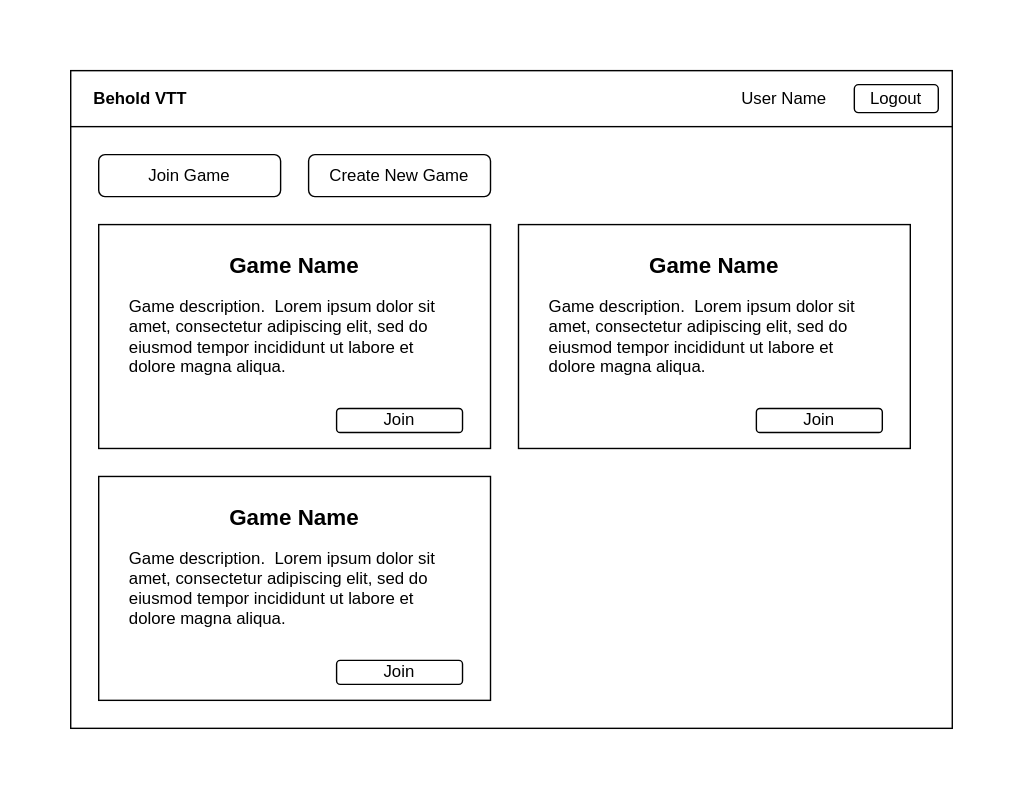
Above: doc/images/wireframes/games.drawio.svg in freeborough/behold (draw.io), before the change. Source tidied: cells renumbered, new cells last; positions are measured from the earlier drawing's top-left corner, leaving out a move shared by most shapes. Source of this version:
```xml
<mxGraphModel>
  <root>
    <mxCell id="0" />
    <mxCell id="1" parent="0" />
    <mxCell id="2" style="rounded=0;whiteSpace=wrap;html=1;" parent="1" vertex="1">
      <mxGeometry width="630" height="470" as="geometry" />
    </mxCell>
    <mxCell id="3" style="rounded=0;whiteSpace=wrap;html=1;" parent="1" vertex="1">
      <mxGeometry width="630" height="40" as="geometry" />
    </mxCell>
    <mxCell id="4" value="Logout" style="rounded=1;whiteSpace=wrap;html=1;" parent="1" vertex="1">
      <mxGeometry x="560" y="10" width="60" height="20" as="geometry" />
    </mxCell>
    <mxCell id="5" value="Behold VTT" style="text;html=1;align=center;verticalAlign=middle;whiteSpace=wrap;rounded=0;fontStyle=1;" parent="1" vertex="1">
      <mxGeometry x="10" y="5" width="80" height="30" as="geometry" />
    </mxCell>
    <mxCell id="6" value="User Name" style="text;html=1;align=center;verticalAlign=middle;whiteSpace=wrap;rounded=0;" parent="1" vertex="1">
      <mxGeometry x="470" y="5" width="80" height="30" as="geometry" />
    </mxCell>
    <mxCell id="7" value="Join Game" style="rounded=1;whiteSpace=wrap;html=1;" parent="1" vertex="1">
      <mxGeometry x="20" y="60" width="130" height="30" as="geometry" />
    </mxCell>
    <mxCell id="8" style="group;" parent="1" vertex="1">
      <mxGeometry x="20" y="110" width="280" height="160" as="geometry" />
    </mxCell>
    <mxCell id="9" style="rounded=0;whiteSpace=wrap;html=1;" parent="8" vertex="1">
      <mxGeometry width="280" height="160" as="geometry" />
    </mxCell>
    <mxCell id="10" value="Game Name" style="text;html=1;align=center;verticalAlign=middle;whiteSpace=wrap;rounded=0;fontStyle=1;fontSize=16;" parent="8" vertex="1">
      <mxGeometry x="20" y="20" width="240" height="17.1" as="geometry" />
    </mxCell>
    <mxCell id="11" value="Game description.&amp;nbsp; Lorem ipsum dolor sit amet, consectetur adipiscing elit, sed do eiusmod tempor incididunt ut labore et dolore magna aliqua." style="text;html=1;align=left;verticalAlign=middle;whiteSpace=wrap;rounded=0;fontStyle=0;" parent="8" vertex="1">
      <mxGeometry x="20" y="62.9" width="240" height="34.3" as="geometry" />
    </mxCell>
    <mxCell id="12" value="Join" style="rounded=1;whiteSpace=wrap;html=1;" parent="8" vertex="1">
      <mxGeometry x="170" y="131.4" width="90" height="17.1" as="geometry" />
    </mxCell>
    <mxCell id="13" style="group;" parent="1" vertex="1">
      <mxGeometry x="320" y="110" width="280" height="160" as="geometry" />
    </mxCell>
    <mxCell id="14" style="rounded=0;whiteSpace=wrap;html=1;" parent="13" vertex="1">
      <mxGeometry width="280" height="160" as="geometry" />
    </mxCell>
    <mxCell id="15" value="Game Name" style="text;html=1;align=center;verticalAlign=middle;whiteSpace=wrap;rounded=0;fontStyle=1;fontSize=16;" parent="13" vertex="1">
      <mxGeometry x="20" y="20" width="240" height="17.1" as="geometry" />
    </mxCell>
    <mxCell id="16" value="Game description.&amp;nbsp; Lorem ipsum dolor sit amet, consectetur adipiscing elit, sed do eiusmod tempor incididunt ut labore et dolore magna aliqua." style="text;html=1;align=left;verticalAlign=middle;whiteSpace=wrap;rounded=0;fontStyle=0;" parent="13" vertex="1">
      <mxGeometry x="20" y="62.9" width="240" height="34.3" as="geometry" />
    </mxCell>
    <mxCell id="17" value="Join" style="rounded=1;whiteSpace=wrap;html=1;" parent="13" vertex="1">
      <mxGeometry x="170" y="131.4" width="90" height="17.1" as="geometry" />
    </mxCell>
    <mxCell id="18" value="Create New Game" style="rounded=1;whiteSpace=wrap;html=1;" parent="1" vertex="1">
      <mxGeometry x="170" y="60" width="130" height="30" as="geometry" />
    </mxCell>
    <mxCell id="19" style="group;" parent="1" vertex="1">
      <mxGeometry x="20" y="290" width="280" height="160" as="geometry" />
    </mxCell>
    <mxCell id="20" style="rounded=0;whiteSpace=wrap;html=1;" parent="19" vertex="1">
      <mxGeometry width="280" height="160" as="geometry" />
    </mxCell>
    <mxCell id="21" value="Game Name" style="text;html=1;align=center;verticalAlign=middle;whiteSpace=wrap;rounded=0;fontStyle=1;fontSize=16;" parent="19" vertex="1">
      <mxGeometry x="20" y="20" width="240" height="17.1" as="geometry" />
    </mxCell>
    <mxCell id="22" value="Game description.&amp;nbsp; Lorem ipsum dolor sit amet, consectetur adipiscing elit, sed do eiusmod tempor incididunt ut labore et dolore magna aliqua." style="text;html=1;align=left;verticalAlign=middle;whiteSpace=wrap;rounded=0;fontStyle=0;" parent="19" vertex="1">
      <mxGeometry x="20" y="62.9" width="240" height="34.3" as="geometry" />
    </mxCell>
    <mxCell id="23" value="Join" style="rounded=1;whiteSpace=wrap;html=1;" parent="19" vertex="1">
      <mxGeometry x="170" y="131.4" width="90" height="17.1" as="geometry" />
    </mxCell>
  </root>
</mxGraphModel>
```
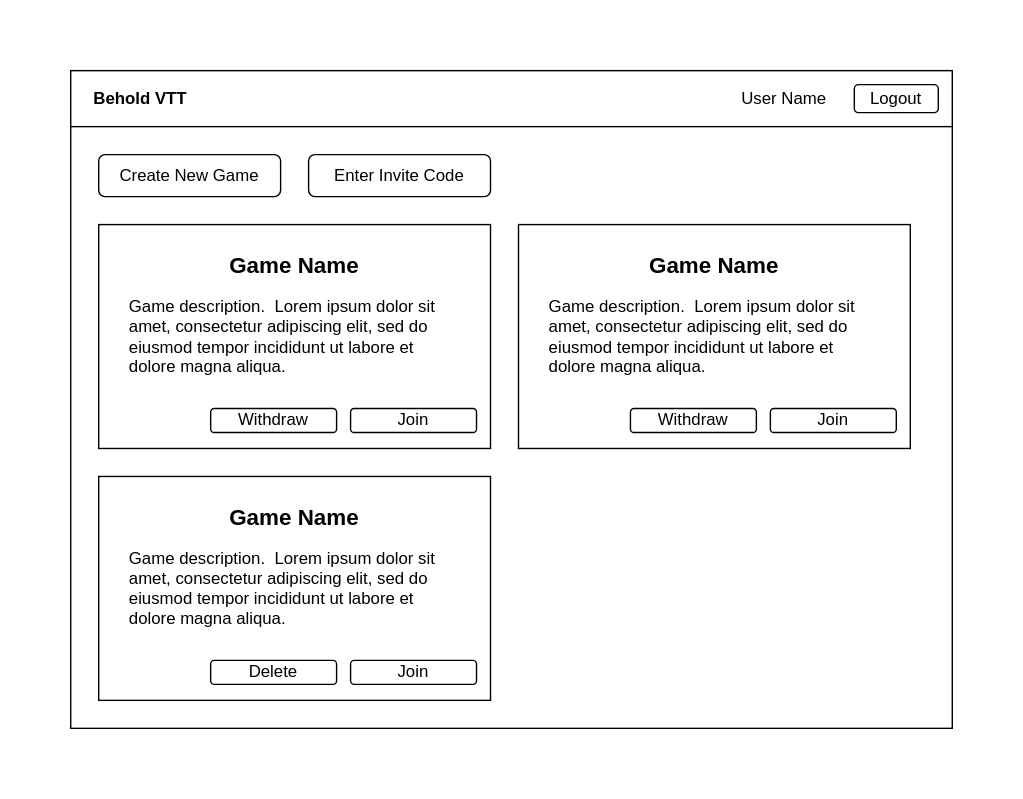
Later version of the same file.

Commit message:
Updated games wireframe to support invite codes.

- Added Enter Invite Code button.
- Added Withdraw / Delete button to games (based on whether you are the creator of the game or not).

What changed in the source:
```diff
@@ -17,8 +17,8 @@
     <mxCell id="6" value="User Name" style="text;html=1;align=center;verticalAlign=middle;whiteSpace=wrap;rounded=0;" parent="1" vertex="1">
       <mxGeometry x="470" y="5" width="80" height="30" as="geometry" />
     </mxCell>
-    <mxCell id="7" value="Join Game" style="rounded=1;whiteSpace=wrap;html=1;" parent="1" vertex="1">
-      <mxGeometry x="20" y="60" width="130" height="30" as="geometry" />
+    <mxCell id="7" value="Enter Invite Code" style="rounded=1;whiteSpace=wrap;html=1;" parent="1" vertex="1">
+      <mxGeometry x="170" y="60" width="130" height="30" as="geometry" />
     </mxCell>
     <mxCell id="8" style="group;" parent="1" vertex="1">
       <mxGeometry x="20" y="110" width="280" height="160" as="geometry" />
@@ -33,40 +33,49 @@
       <mxGeometry x="20" y="62.9" width="240" height="34.3" as="geometry" />
     </mxCell>
     <mxCell id="12" value="Join" style="rounded=1;whiteSpace=wrap;html=1;" parent="8" vertex="1">
-      <mxGeometry x="170" y="131.4" width="90" height="17.1" as="geometry" />
+      <mxGeometry x="180" y="131.4" width="90" height="17.1" as="geometry" />
     </mxCell>
+    <mxCell id="24" value="Withdraw" style="rounded=1;whiteSpace=wrap;html=1;" parent="8" vertex="1">
+      <mxGeometry x="80" y="131.4" width="90" height="17.1" as="geometry" />
+    </mxCell>
+    <mxCell id="18" value="Create New Game" style="rounded=1;whiteSpace=wrap;html=1;" parent="1" vertex="1">
+      <mxGeometry x="20" y="60" width="130" height="30" as="geometry" />
+    </mxCell>
     <mxCell id="13" style="group;" parent="1" vertex="1">
       <mxGeometry x="320" y="110" width="280" height="160" as="geometry" />
     </mxCell>
-    <mxCell id="14" style="rounded=0;whiteSpace=wrap;html=1;" parent="13" vertex="1">
-      <mxGeometry width="280" height="160" as="geometry" />
-    </mxCell>
-    <mxCell id="15" value="Game Name" style="text;html=1;align=center;verticalAlign=middle;whiteSpace=wrap;rounded=0;fontStyle=1;fontSize=16;" parent="13" vertex="1">
-      <mxGeometry x="20" y="20" width="240" height="17.1" as="geometry" />
-    </mxCell>
-    <mxCell id="16" value="Game description.&amp;nbsp; Lorem ipsum dolor sit amet, consectetur adipiscing elit, sed do eiusmod tempor incididunt ut labore et dolore magna aliqua." style="text;html=1;align=left;verticalAlign=middle;whiteSpace=wrap;rounded=0;fontStyle=0;" parent="13" vertex="1">
-      <mxGeometry x="20" y="62.9" width="240" height="34.3" as="geometry" />
-    </mxCell>
-    <mxCell id="17" value="Join" style="rounded=1;whiteSpace=wrap;html=1;" parent="13" vertex="1">
-      <mxGeometry x="170" y="131.4" width="90" height="17.1" as="geometry" />
-    </mxCell>
-    <mxCell id="18" value="Create New Game" style="rounded=1;whiteSpace=wrap;html=1;" parent="1" vertex="1">
-      <mxGeometry x="170" y="60" width="130" height="30" as="geometry" />
-    </mxCell>
+    <mxCell id="25" style="rounded=0;whiteSpace=wrap;html=1;" parent="13" vertex="1">
+      <mxGeometry width="280" height="160" as="geometry" />
+    </mxCell>
+    <mxCell id="26" value="Game Name" style="text;html=1;align=center;verticalAlign=middle;whiteSpace=wrap;rounded=0;fontStyle=1;fontSize=16;" parent="13" vertex="1">
+      <mxGeometry x="20" y="20" width="240" height="17.1" as="geometry" />
+    </mxCell>
+    <mxCell id="27" value="Game description.&amp;nbsp; Lorem ipsum dolor sit amet, consectetur adipiscing elit, sed do eiusmod tempor incididunt ut labore et dolore magna aliqua." style="text;html=1;align=left;verticalAlign=middle;whiteSpace=wrap;rounded=0;fontStyle=0;" parent="13" vertex="1">
+      <mxGeometry x="20" y="62.9" width="240" height="34.3" as="geometry" />
+    </mxCell>
+    <mxCell id="28" value="Join" style="rounded=1;whiteSpace=wrap;html=1;" parent="13" vertex="1">
+      <mxGeometry x="180" y="131.4" width="90" height="17.1" as="geometry" />
+    </mxCell>
+    <mxCell id="29" value="Withdraw" style="rounded=1;whiteSpace=wrap;html=1;" parent="13" vertex="1">
+      <mxGeometry x="80" y="131.4" width="90" height="17.1" as="geometry" />
+    </mxCell>
     <mxCell id="19" style="group;" parent="1" vertex="1">
       <mxGeometry x="20" y="290" width="280" height="160" as="geometry" />
     </mxCell>
-    <mxCell id="20" style="rounded=0;whiteSpace=wrap;html=1;" parent="19" vertex="1">
-      <mxGeometry width="280" height="160" as="geometry" />
-    </mxCell>
-    <mxCell id="21" value="Game Name" style="text;html=1;align=center;verticalAlign=middle;whiteSpace=wrap;rounded=0;fontStyle=1;fontSize=16;" parent="19" vertex="1">
-      <mxGeometry x="20" y="20" width="240" height="17.1" as="geometry" />
-    </mxCell>
-    <mxCell id="22" value="Game description.&amp;nbsp; Lorem ipsum dolor sit amet, consectetur adipiscing elit, sed do eiusmod tempor incididunt ut labore et dolore magna aliqua." style="text;html=1;align=left;verticalAlign=middle;whiteSpace=wrap;rounded=0;fontStyle=0;" parent="19" vertex="1">
-      <mxGeometry x="20" y="62.9" width="240" height="34.3" as="geometry" />
-    </mxCell>
-    <mxCell id="23" value="Join" style="rounded=1;whiteSpace=wrap;html=1;" parent="19" vertex="1">
-      <mxGeometry x="170" y="131.4" width="90" height="17.1" as="geometry" />
-    </mxCell>
+    <mxCell id="30" style="rounded=0;whiteSpace=wrap;html=1;" parent="19" vertex="1">
+      <mxGeometry width="280" height="160" as="geometry" />
+    </mxCell>
+    <mxCell id="31" value="Game Name" style="text;html=1;align=center;verticalAlign=middle;whiteSpace=wrap;rounded=0;fontStyle=1;fontSize=16;" parent="19" vertex="1">
+      <mxGeometry x="20" y="20" width="240" height="17.1" as="geometry" />
+    </mxCell>
+    <mxCell id="32" value="Game description.&amp;nbsp; Lorem ipsum dolor sit amet, consectetur adipiscing elit, sed do eiusmod tempor incididunt ut labore et dolore magna aliqua." style="text;html=1;align=left;verticalAlign=middle;whiteSpace=wrap;rounded=0;fontStyle=0;" parent="19" vertex="1">
+      <mxGeometry x="20" y="62.9" width="240" height="34.3" as="geometry" />
+    </mxCell>
+    <mxCell id="33" value="Join" style="rounded=1;whiteSpace=wrap;html=1;" parent="19" vertex="1">
+      <mxGeometry x="180" y="131.4" width="90" height="17.1" as="geometry" />
+    </mxCell>
+    <mxCell id="34" value="Delete" style="rounded=1;whiteSpace=wrap;html=1;" parent="19" vertex="1">
+      <mxGeometry x="80" y="131.4" width="90" height="17.1" as="geometry" />
+    </mxCell>
   </root>
 </mxGraphModel>
```
